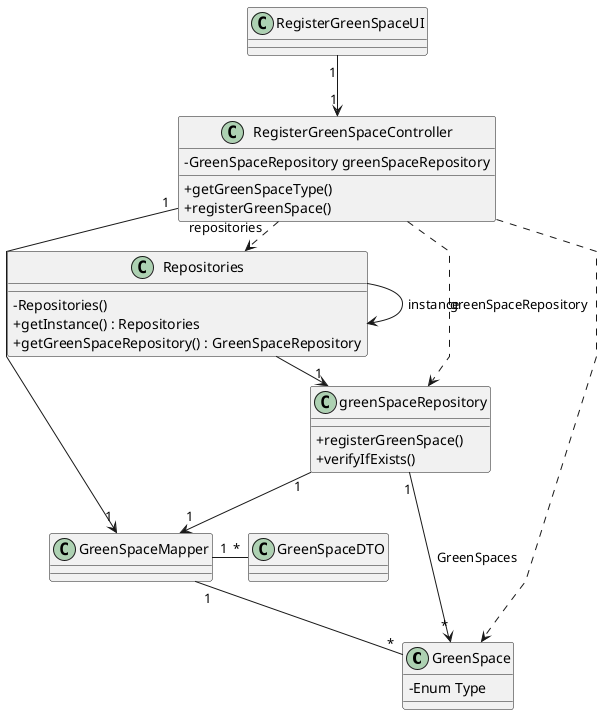
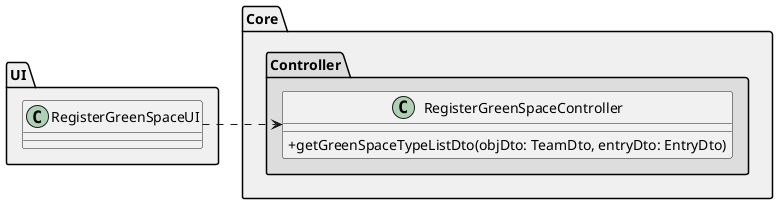
@startuml
- 'skinparam monochrome true
- skinparam packageStyle rectangle
skinparam shadowing false
- skinparam linetype polyline
- 'skinparam linetype orto
- 
skinparam classAttributeIconSize 0

- 'left to right direction
+ left to right direction

- class GreenSpace {
-     -Enum Type
+ package "UI" #f0f0f0{
+     class RegisterGreenSpaceUI {
+     }
+ 
}
+ package "Core" #f0f0f0{
+ 
+     package "Controller" #dddddd{
+ 
+         class RegisterGreenSpaceController {
+             +getGreenSpaceTypeListDto(objDto: TeamDto, entryDto: EntryDto)
+         }
+ 
+         RegisterGreenSpaceUI ..>  RegisterGreenSpaceController



- class greenSpaceRepository {
+ @enduml

-            + registerGreenSpace()
-            + verifyIfExists()
- 
- }
- 
- class GreenSpaceMapper{
- 
- }
- 
- class GreenSpaceDTO{
- 
- }
- 
- 
- class Repositories {
-         - Repositories()
-         + getInstance() : Repositories
-         + getGreenSpaceRepository() : GreenSpaceRepository
- }
- 
- class RegisterGreenSpaceController{
-     - GreenSpaceRepository greenSpaceRepository
-         + getGreenSpaceType()
-         + registerGreenSpace()
- 
- }
- GreenSpaceMapper "1" - "*" GreenSpaceDTO
- GreenSpaceMapper "1" -- "*" GreenSpace
- 
- RegisterGreenSpaceController "1" -> "1" GreenSpaceMapper
- greenSpaceRepository "1" --> "1" GreenSpaceMapper
- RegisterGreenSpaceUI"1" --> "1" RegisterGreenSpaceController
- 
- 
- RegisterGreenSpaceController .> Repositories : repositories
- 
- 
- RegisterGreenSpaceController ..> GreenSpace
- RegisterGreenSpaceController ..> greenSpaceRepository : greenSpaceRepository
- 
- 
- 
- Repositories -> Repositories : instance
- Repositories -> "1" greenSpaceRepository
- 
- greenSpaceRepository "1" --> "*" GreenSpace : GreenSpaces
- 
- 
- 
- 
- @enduml